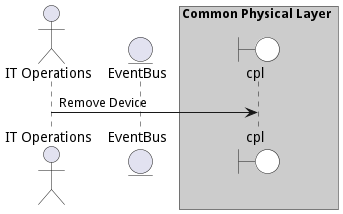
Before: docs/edgemere/cpl/usecases/manageinfrastructure/RemoveDevice.png, a diagram exported from PlantUML (madajaju/edgemere).
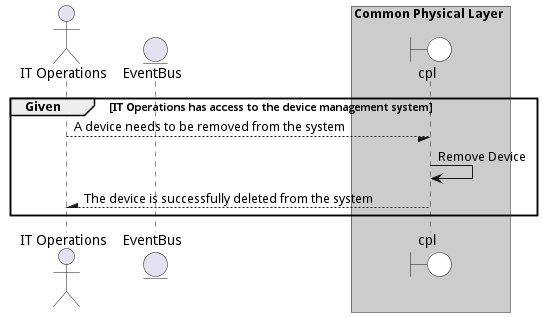
The same diagram one commit later.

The edit, as a diff of the source:
```diff
@@ -1,4 +1,5 @@
 @startuml
+
 
 actor "IT Operations"
 
@@ -10,9 +11,16 @@
 end box
 
 
+group Given [IT Operations has access to the device management system]
 
-"IT Operations" -> cpl: Remove Device
+"IT Operations" --/ cpl: A device needs to be removed from the system
+"cpl" -> cpl: Remove Device
 
 
 
+"IT Operations" /-- cpl: The device is successfully deleted from the system
+
+
+end
+
 @enduml
```
